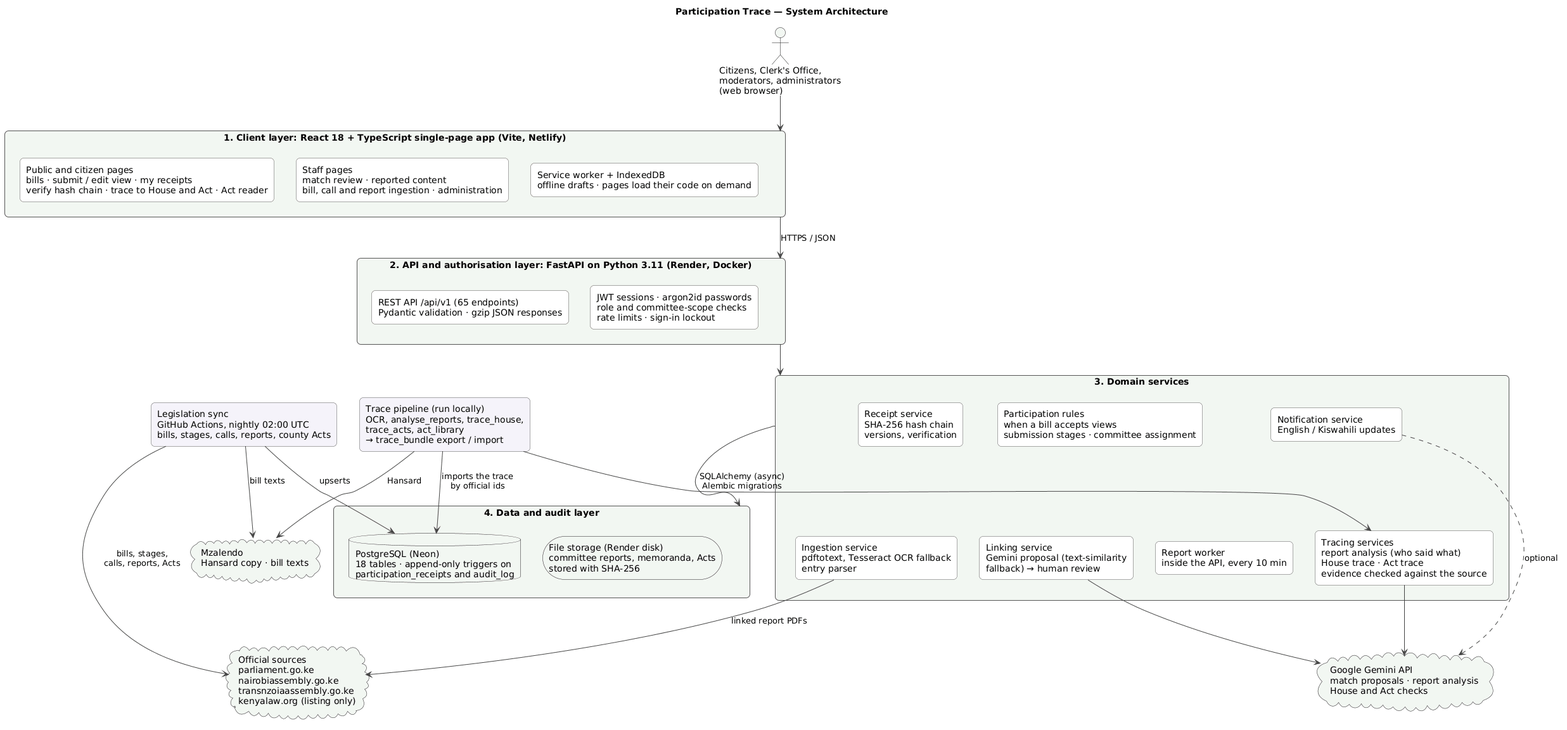
The PlantUML diagram docs/diagrams/architecture.png in WamalwaSydney/submission_to_decision, before a commit.
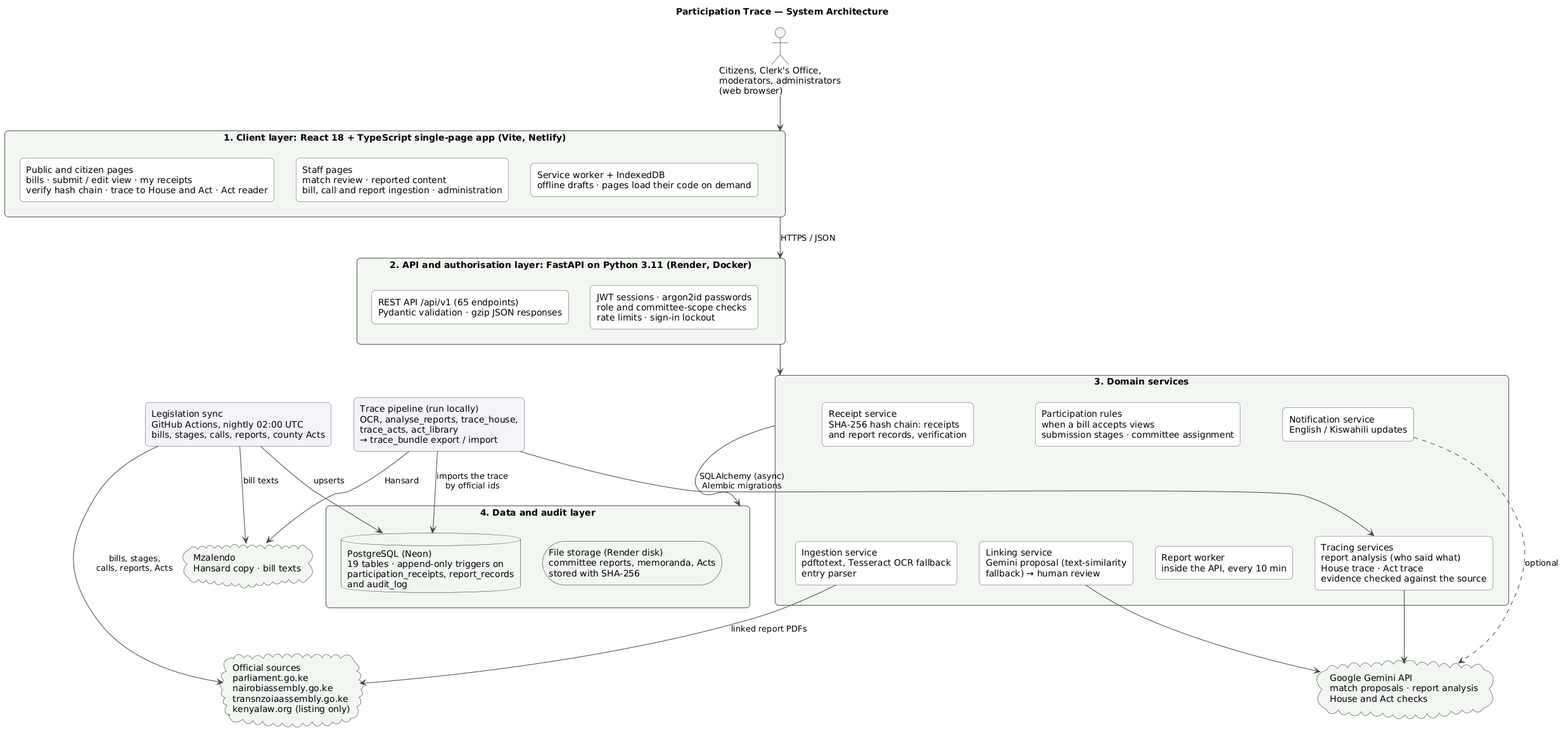
After the change.

Commit message:
Diagrams: add report_records to the ERD, class and architecture diagrams

Change to the diagram source:
```diff
@@ -24,7 +24,7 @@
 }
 
 rectangle "3. Domain services" as Services #F2F7F2 {
-  rectangle "Receipt service\nSHA-256 hash chain\nversions, verification" as ReceiptSvc
+  rectangle "Receipt service\nSHA-256 hash chain: receipts\nand report records, verification" as ReceiptSvc
   rectangle "Participation rules\nwhen a bill accepts views\nsubmission stages · committee assignment" as Rules
   rectangle "Notification service\nEnglish / Kiswahili updates" as NotifySvc
   rectangle "Ingestion service\npdftotext, Tesseract OCR fallback\nentry parser" as IngestSvc
@@ -34,7 +34,7 @@
 }
 
 rectangle "4. Data and audit layer" as Data #F7F5F0 {
-  database "PostgreSQL (Neon)\n18 tables · append-only triggers on\nparticipation_receipts and audit_log" as Db
+  database "PostgreSQL (Neon)\n19 tables · append-only triggers on\nparticipation_receipts, report_records\nand audit_log" as Db
   storage "File storage (Render disk)\ncommittee reports, memoranda, Acts\nstored with SHA-256" as Files
 }
 
```
